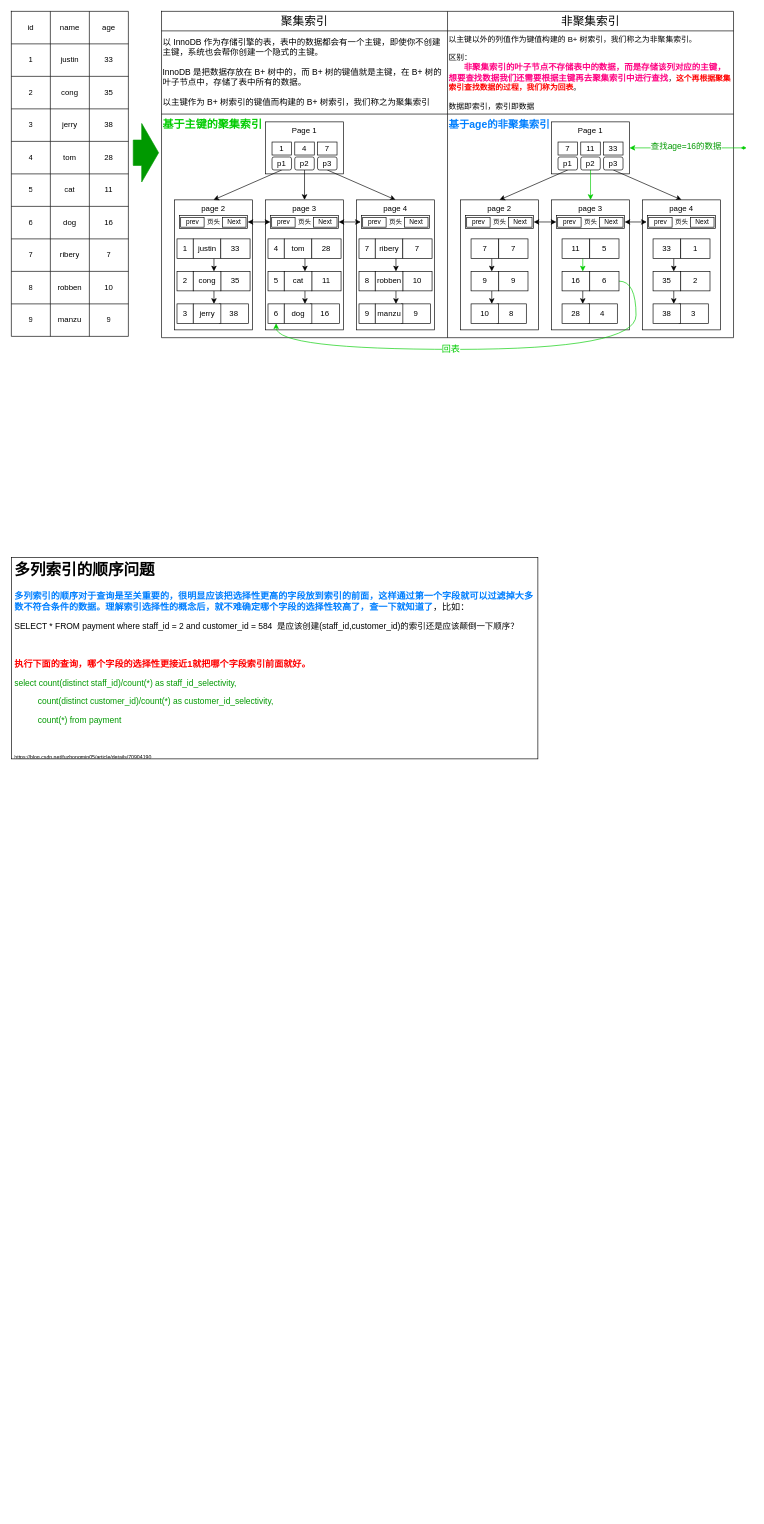
The draw.io diagram page "索引" (2 of 4) of Mysql.drawio in bayern01kahn/Tech_Diagrams, before the edit. Source tidied: cells renumbered, new cells numbered last; positions are measured from the earlier drawing's top-left corner, leaving out a move shared by most shapes. Both pictures are drawn from the tidied source at 65%, with x=0, y=0 at pixel (11, 11).
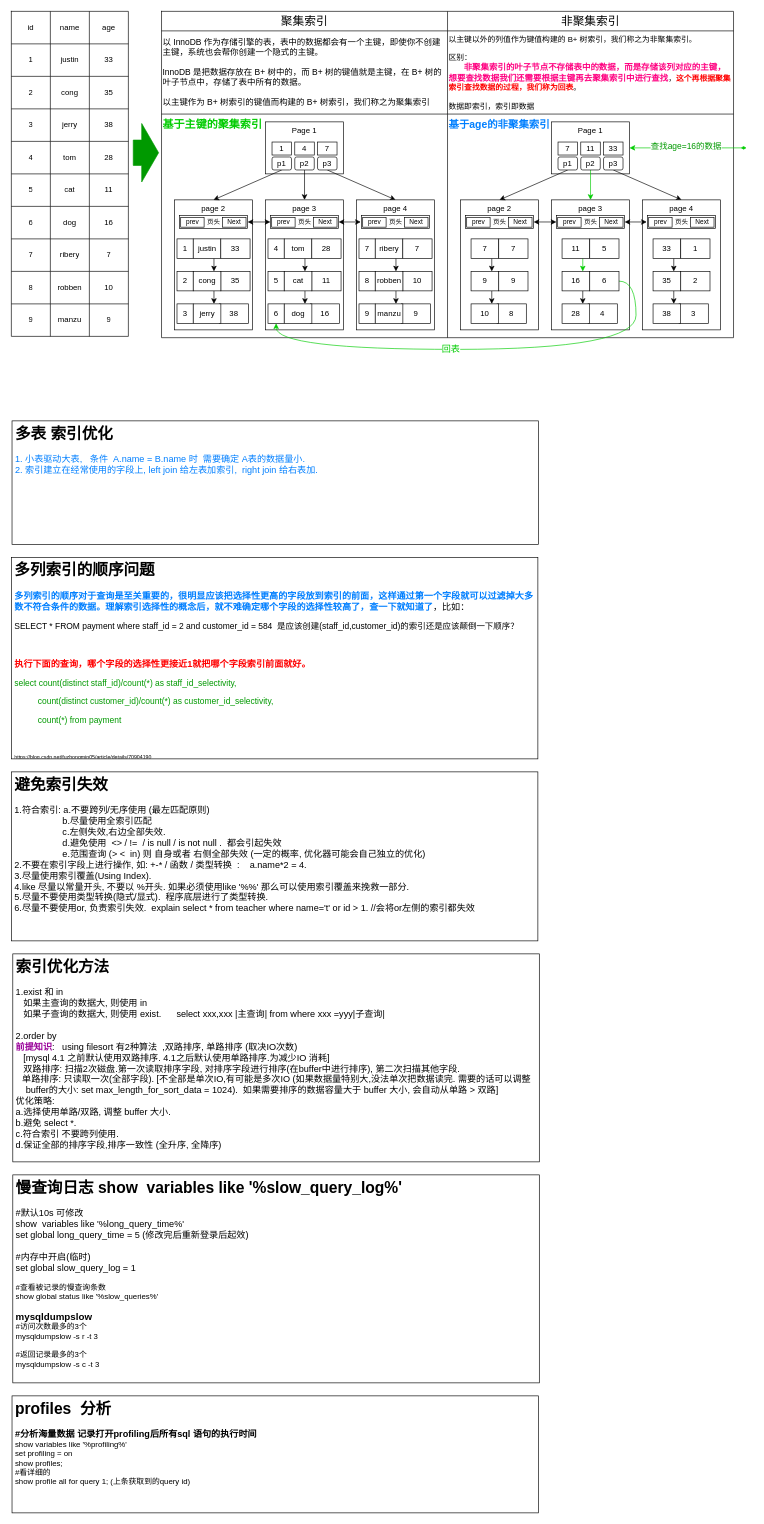
The same diagram, later.

Change to the diagram source:
```diff
@@
+    <mxCell id="164" value="&lt;h1&gt;多表 索引优化&lt;/h1&gt;&lt;div&gt;&lt;font style=&quot;font-size: 14px&quot; color=&quot;#007fff&quot;&gt;1. 小表驱动大表,&amp;nbsp; &amp;nbsp;条件&amp;nbsp; A.name = B.name 时&amp;nbsp; 需要确定 A表的数据量小.&lt;/font&gt;&lt;/div&gt;&lt;div&gt;&lt;font style=&quot;font-size: 14px&quot; color=&quot;#007fff&quot;&gt;2. 索引建立在经常使用的字段上, left join 给左表加索引,&amp;nbsp; right join 给右表加.&lt;/font&gt;&lt;/div&gt;" style="text;html=1;spacing=5;spacingTop=-20;whiteSpace=wrap;overflow=hidden;rounded=0;fillColor=#ffffff;strokeColor=#000000;" parent="1" vertex="1">
+      <mxGeometry x="1" y="630" width="810" height="190" as="geometry" />
+    </mxCell>
+    <mxCell id="165" value="&lt;h1&gt;避免索引失效&lt;/h1&gt;&lt;div&gt;&lt;font style=&quot;font-size: 14px&quot;&gt;1.符合索引: a.不要跨列/无序使用 (最左匹配原则)&amp;nbsp;&lt;/font&gt;&lt;/div&gt;&lt;div&gt;&lt;font style=&quot;font-size: 14px&quot;&gt;&amp;nbsp; &amp;nbsp; &amp;nbsp; &amp;nbsp; &amp;nbsp; &amp;nbsp; &amp;nbsp; &amp;nbsp; &amp;nbsp; &amp;nbsp;b.尽量使用全索引匹配&lt;/font&gt;&lt;/div&gt;&lt;div&gt;&lt;font style=&quot;font-size: 14px&quot;&gt;&amp;nbsp; &amp;nbsp; &amp;nbsp; &amp;nbsp; &amp;nbsp; &amp;nbsp; &amp;nbsp; &amp;nbsp; &amp;nbsp; &amp;nbsp;c.左侧失效,右边全部失效.&lt;/font&gt;&lt;/div&gt;&lt;div&gt;&lt;font style=&quot;font-size: 14px&quot;&gt;&amp;nbsp; &amp;nbsp; &amp;nbsp; &amp;nbsp; &amp;nbsp; &amp;nbsp; &amp;nbsp; &amp;nbsp; &amp;nbsp; &amp;nbsp;d.避免使用&amp;nbsp; &amp;lt;&amp;gt; / !=&amp;nbsp; / is null / is not null .&amp;nbsp; 都会引起失效&lt;/font&gt;&lt;/div&gt;&lt;div&gt;&lt;font style=&quot;font-size: 14px&quot;&gt;&amp;nbsp; &amp;nbsp; &amp;nbsp; &amp;nbsp; &amp;nbsp; &amp;nbsp; &amp;nbsp; &amp;nbsp; &amp;nbsp; &amp;nbsp;e.范围查询 (&amp;gt; &amp;lt;&amp;nbsp; in) 则 自身或者 右侧全部失效 (一定的概率, 优化器可能会自己独立的优化)&lt;/font&gt;&lt;/div&gt;&lt;div&gt;&lt;font style=&quot;font-size: 14px&quot;&gt;2.不要在索引字段上进行操作, 如: +-* / 函数 / 类型转换&amp;nbsp; :&amp;nbsp; &amp;nbsp; a.name*2 = 4.&lt;/font&gt;&lt;/div&gt;&lt;div&gt;&lt;font style=&quot;font-size: 14px&quot;&gt;3.尽量使用索引覆盖(Using Index).&lt;/font&gt;&lt;/div&gt;&lt;div&gt;&lt;font style=&quot;font-size: 14px&quot;&gt;4.like 尽量以常量开头, 不要以 %开头. 如果必须使用like '%%' 那么可以使用索引覆盖来挽救一部分.&lt;/font&gt;&lt;/div&gt;&lt;div&gt;&lt;font style=&quot;font-size: 14px&quot;&gt;5.尽量不要使用类型转换(隐式/显式).&amp;nbsp; 程序底层进行了类型转换.&lt;/font&gt;&lt;/div&gt;&lt;div&gt;&lt;font style=&quot;font-size: 14px&quot;&gt;6.尽量不要使用or, 负责索引失效.&amp;nbsp; explain select * from teacher where name='t' or id &amp;gt; 1. //会将or左侧的索引都失效&amp;nbsp;&lt;/font&gt;&lt;/div&gt;" style="text;html=1;spacing=5;spacingTop=-20;whiteSpace=wrap;overflow=hidden;rounded=0;fillColor=#ffffff;strokeColor=#000000;" parent="1" vertex="1">
+      <mxGeometry y="1170" width="810" height="260" as="geometry" />
+    </mxCell>
+    <mxCell id="166" value="&lt;h1&gt;索引优化方法&lt;/h1&gt;&lt;div&gt;&lt;font style=&quot;font-size: 14px&quot;&gt;1.exist 和 in&lt;/font&gt;&lt;/div&gt;&lt;div&gt;&lt;font style=&quot;font-size: 14px&quot;&gt;&amp;nbsp; &amp;nbsp;如果主查询的数据大, 则使用 in&lt;/font&gt;&lt;/div&gt;&lt;div&gt;&lt;font style=&quot;font-size: 14px&quot;&gt;&amp;nbsp; &amp;nbsp;如果子查询的数据大, 则使用 exist.&amp;nbsp; &amp;nbsp; &amp;nbsp; select xxx,xxx |主查询| from where xxx =yyy|子查询|&lt;/font&gt;&lt;/div&gt;&lt;div&gt;&lt;font style=&quot;font-size: 14px&quot;&gt;&lt;br&gt;&lt;/font&gt;&lt;/div&gt;&lt;div&gt;&lt;font style=&quot;font-size: 14px&quot;&gt;2.order by&lt;/font&gt;&lt;/div&gt;&lt;div&gt;&lt;font style=&quot;font-size: 14px&quot;&gt;&lt;b&gt;&lt;font color=&quot;#990099&quot;&gt;前提知识&lt;/font&gt;&lt;/b&gt;:&amp;nbsp; &amp;nbsp;using filesort 有2种算法&amp;nbsp; ,双路排序, 单路排序 (取决IO次数)&lt;/font&gt;&lt;/div&gt;&lt;span style=&quot;font-size: 14px&quot;&gt;&amp;nbsp; &amp;nbsp;[mysql 4.1 之前默认使用双路排序. 4.1之后默认使用单路排序.为减少IO 消耗]&lt;/span&gt;&lt;br&gt;&lt;div&gt;&lt;font style=&quot;font-size: 14px&quot;&gt;&amp;nbsp; &amp;nbsp;双路排序: 扫描2次磁盘.第一次读取排序字段, 对排序字段进行排序(在buffer中进行排序), 第二次扫描其他字段.&amp;nbsp;&amp;nbsp;&lt;/font&gt;&lt;/div&gt;&amp;nbsp; &amp;nbsp;&lt;font style=&quot;font-size: 14px&quot;&gt;单路排序: 只读取一次(全部字段). [不全部是单次IO,有可能是多次IO (如果数据量特别大,没法单次把数据读完. 需要的话可以调整&amp;nbsp; &amp;nbsp; &amp;nbsp; buffer的大小: set max_length_for_sort_data = 1024).&amp;nbsp; 如果需要排序的数据容量大于 buffer 大小, 会自动从单路 &amp;gt; 双路]&lt;br&gt;&lt;/font&gt;&lt;font style=&quot;font-size: 14px&quot;&gt;优化策略:&lt;br&gt;a.选择使用单路/双路, 调整 buffer 大小.&lt;br&gt;&lt;/font&gt;&lt;font style=&quot;font-size: 14px&quot;&gt;b.避免 select *.&lt;/font&gt;&lt;br&gt;&lt;div&gt;&lt;font style=&quot;font-size: 14px&quot;&gt;c.符合索引 不要跨列使用.&lt;/font&gt;&lt;/div&gt;&lt;div&gt;&lt;font style=&quot;font-size: 14px&quot;&gt;d.保证全部的排序字段,排序一致性 (全升序, 全降序)&lt;/font&gt;&lt;/div&gt;&lt;div&gt;&lt;font style=&quot;font-size: 14px&quot;&gt;&lt;br&gt;&lt;/font&gt;&lt;/div&gt;&lt;div&gt;&lt;font style=&quot;font-size: 14px&quot;&gt;&amp;nbsp; &amp;nbsp;&lt;/font&gt;&lt;/div&gt;" style="text;html=1;spacing=5;spacingTop=-20;whiteSpace=wrap;overflow=hidden;rounded=0;fillColor=#ffffff;strokeColor=#000000;" parent="1" vertex="1">
+      <mxGeometry x="2.2" y="1450" width="810" height="320" as="geometry" />
+    </mxCell>
+    <mxCell id="167" value="&lt;h1&gt;慢查询日志 show&amp;nbsp; variables like '%slow_query_log%'&lt;/h1&gt;&lt;div&gt;&lt;div&gt;&lt;span style=&quot;font-size: 14px&quot;&gt;#默认10s 可修改&lt;/span&gt;&lt;/div&gt;&lt;div&gt;&lt;span style=&quot;font-size: 14px&quot;&gt;show&amp;nbsp; variables like '%long_query_time%'&lt;/span&gt;&lt;br&gt;&lt;/div&gt;&lt;div&gt;&lt;span style=&quot;font-size: 14px&quot;&gt;set global long_query_time = 5 (修改完后重新登录后起效)&lt;/span&gt;&lt;br&gt;&lt;/div&gt;&lt;div&gt;&lt;span style=&quot;font-size: 14px&quot;&gt;&lt;br&gt;&lt;/span&gt;&lt;/div&gt;&lt;div&gt;&lt;span style=&quot;font-size: 14px&quot;&gt;#内存中开启(临时)&lt;/span&gt;&lt;/div&gt;&lt;div&gt;&lt;span style=&quot;font-size: 14px&quot;&gt;set global slow_query_log = 1&amp;nbsp;&lt;/span&gt;&lt;/div&gt;&lt;/div&gt;&lt;div&gt;&lt;br&gt;&lt;/div&gt;&lt;div&gt;&lt;div&gt;#查看被记录的慢查询条数&lt;/div&gt;&lt;div&gt;show global status like '%slow_queries%'&lt;/div&gt;&lt;/div&gt;&lt;div&gt;&lt;br&gt;&lt;/div&gt;&lt;div&gt;&lt;div&gt;&lt;b&gt;&lt;font style=&quot;font-size: 15px&quot;&gt;mysqldumpslow&lt;/font&gt;&lt;/b&gt;&lt;/div&gt;&lt;div&gt;#访问次数最多的3个&lt;/div&gt;&lt;div&gt;mysqldumpslow -s r -t 3&lt;/div&gt;&lt;div&gt;&lt;br&gt;&lt;/div&gt;&lt;div&gt;#返回记录最多的3个&lt;/div&gt;&lt;div&gt;mysqldumpslow -s c -t 3&lt;/div&gt;&lt;/div&gt;&lt;div&gt;&lt;br&gt;&lt;/div&gt;&lt;div&gt;&lt;font style=&quot;font-size: 14px&quot;&gt;&amp;nbsp; &amp;nbsp;&lt;/font&gt;&lt;/div&gt;" style="text;html=1;spacing=5;spacingTop=-20;whiteSpace=wrap;overflow=hidden;rounded=0;fillColor=#ffffff;strokeColor=#000000;" parent="1" vertex="1">
+      <mxGeometry x="2.2" y="1790" width="810" height="320" as="geometry" />
+    </mxCell>
+    <mxCell id="168" value="&lt;h1&gt;profiles&amp;nbsp; 分析&lt;/h1&gt;&lt;div&gt;&lt;div&gt;&lt;b&gt;&lt;font style=&quot;font-size: 14px&quot;&gt;#分析海量数据 记录打开profiling后所有sql 语句的执行时间&lt;/font&gt;&lt;/b&gt;&lt;/div&gt;&lt;div&gt;show variables like '%profiling%'&lt;/div&gt;&lt;div&gt;set profiling = on&lt;/div&gt;&lt;div&gt;show profiles;&amp;nbsp;&lt;/div&gt;&lt;div&gt;#看详细的&lt;/div&gt;&lt;div&gt;show profile all for query 1; (上条获取到的query id)&lt;/div&gt;&lt;/div&gt;&lt;div&gt;&lt;font color=&quot;rgba(0, 0, 0, 0)&quot; face=&quot;monospace&quot;&gt;&lt;span style=&quot;font-size: 0px&quot;&gt;&lt;span&gt;#分析海量数据 记录打开profiling后所有sql 语句的执行时间 (只能看到总时间)&lt;/span&gt;&lt;br&gt;&lt;/span&gt;&lt;/font&gt;&lt;/div&gt;&lt;div&gt;&lt;font color=&quot;rgba(0, 0, 0, 0)&quot; face=&quot;monospace&quot;&gt;&lt;span style=&quot;font-size: 0px&quot;&gt;show variables like '%profiling%'&lt;/span&gt;&lt;/font&gt;&lt;/div&gt;&lt;div&gt;&lt;font color=&quot;rgba(0, 0, 0, 0)&quot; face=&quot;monospace&quot;&gt;&lt;span style=&quot;font-size: 0px&quot;&gt;set profiling = on&lt;/span&gt;&lt;/font&gt;&lt;/div&gt;&lt;div&gt;&lt;font color=&quot;rgba(0, 0, 0, 0)&quot; face=&quot;monospace&quot;&gt;&lt;span style=&quot;font-size: 0px&quot;&gt;show profiles;&amp;nbsp;&lt;/span&gt;&lt;/font&gt;&lt;/div&gt;&lt;div&gt;&lt;font color=&quot;rgba(0, 0, 0, 0)&quot; face=&quot;monospace&quot;&gt;&lt;span style=&quot;font-size: 0px&quot;&gt;show profile all for query 1; (上条获取到的query id)&lt;/span&gt;&lt;/font&gt;&lt;/div&gt;&lt;div&gt;&lt;br&gt;&lt;/div&gt;&lt;div&gt;&lt;font style=&quot;font-size: 14px&quot;&gt;&amp;nbsp; &amp;nbsp;&lt;/font&gt;&lt;/div&gt;" style="text;html=1;spacing=5;spacingTop=-20;whiteSpace=wrap;overflow=hidden;rounded=0;fillColor=#ffffff;strokeColor=#000000;" parent="1" vertex="1">
+      <mxGeometry x="1" y="2130" width="810" height="180" as="geometry" />
+    </mxCell>
```
